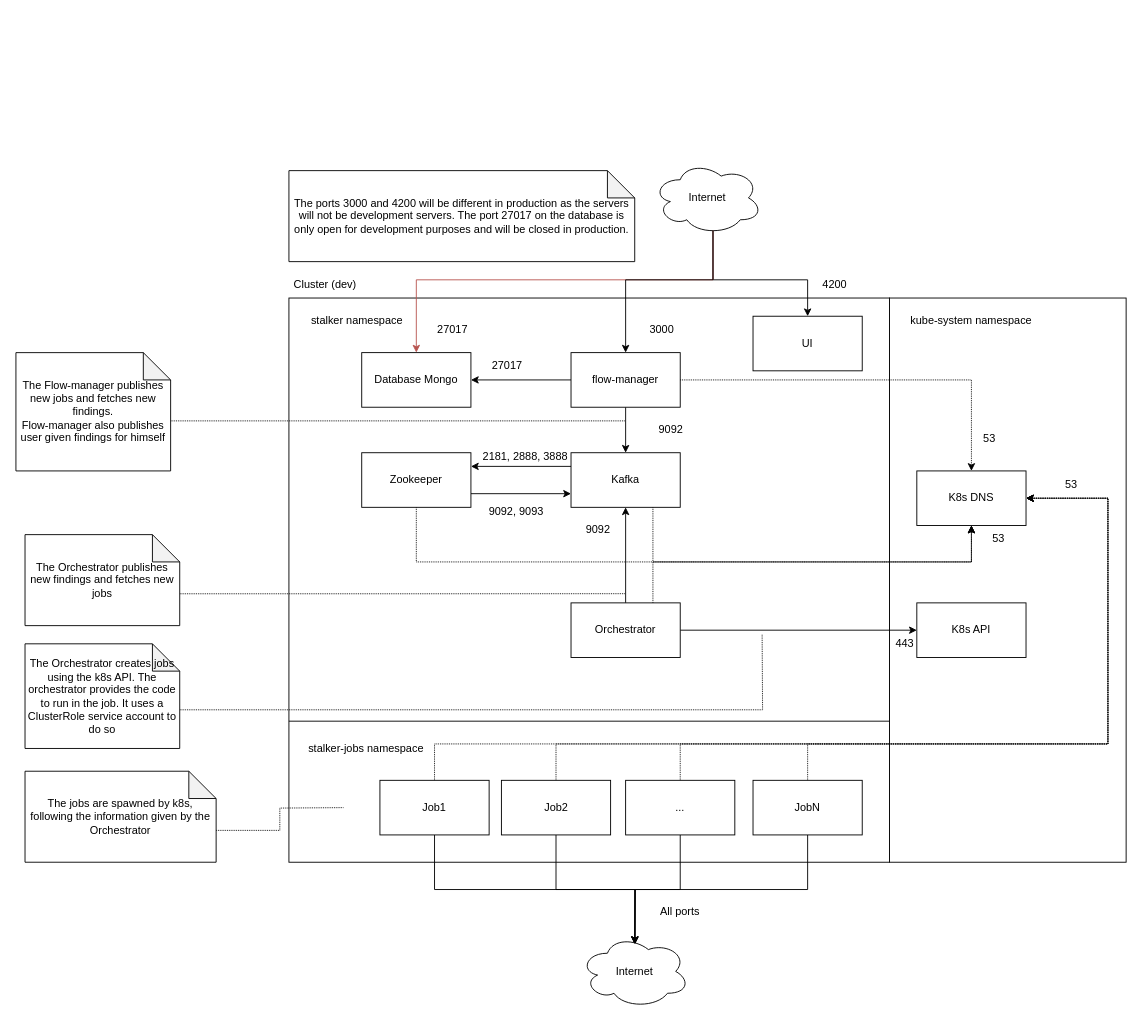
Earlier version of the draw.io diagram docs/dev_network_architecture.drawio.xml (red-kite-solutions/stalker). Source tidied: cells renumbered, new cells numbered last; positions are measured from the earlier drawing's top-left corner, leaving out a move shared by most shapes. Both pictures are drawn from the tidied source at 91%, with x=0, y=0 at pixel (15, 161).
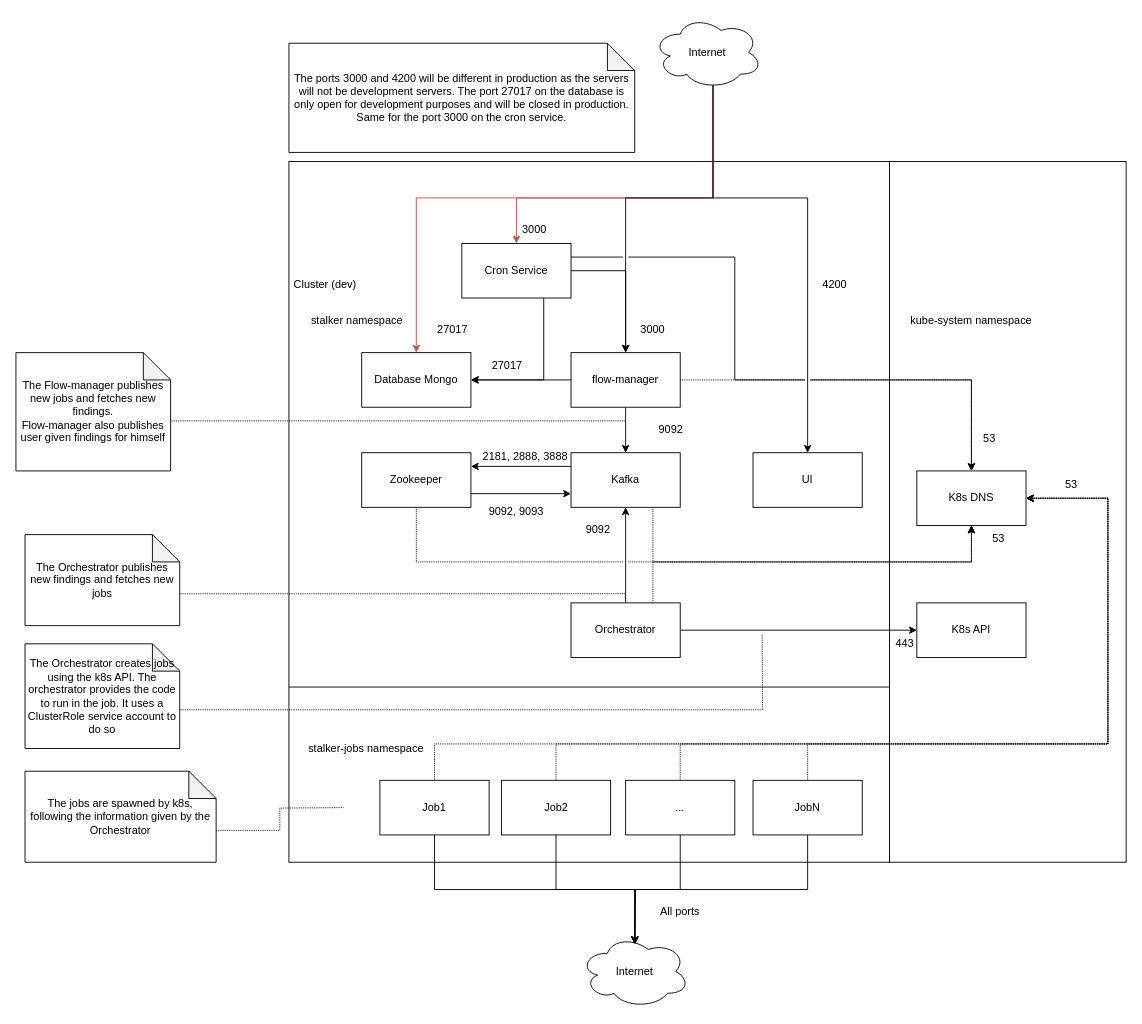
The same diagram, later.

Unchanged cells that the change refers to:
```xml
<mxCell id="9" value="flow-manager" style="rounded=0;whiteSpace=wrap;html=1;" parent="1" vertex="1">
  <mxGeometry x="610" y="210" width="120" height="60" as="geometry" />
</mxCell>
<mxCell id="20" value="K8s DNS" style="rounded=0;whiteSpace=wrap;html=1;" parent="1" vertex="1">
  <mxGeometry x="990" y="340" width="120" height="60" as="geometry" />
</mxCell>
<mxCell id="39" value="Database Mongo" style="rounded=0;whiteSpace=wrap;html=1;" parent="1" vertex="1">
  <mxGeometry x="380" y="210" width="120" height="60" as="geometry" />
</mxCell>
<mxCell id="42" value="Zookeeper" style="rounded=0;whiteSpace=wrap;html=1;" parent="1" vertex="1">
  <mxGeometry x="380" y="320" width="120" height="60" as="geometry" />
</mxCell>
```

What changed in the source:
```diff
@@
     <mxCell id="2" style="rounded=0;whiteSpace=wrap;html=1;" parent="1" vertex="1">
-      <mxGeometry x="960" y="150" width="260" height="620" as="geometry" />
+      <mxGeometry x="960" width="260" height="770" as="geometry" />
     </mxCell>
     <mxCell id="3" style="rounded=0;whiteSpace=wrap;html=1;" parent="1" vertex="1">
-      <mxGeometry x="300" y="150" width="660" height="620" as="geometry" />
+      <mxGeometry x="300" width="660" height="770" as="geometry" />
     </mxCell>
@@
     <mxCell id="6" value="UI" style="rounded=0;whiteSpace=wrap;html=1;" parent="1" vertex="1">
-      <mxGeometry x="810" y="170" width="120" height="60" as="geometry" />
+      <mxGeometry x="810" y="320" width="120" height="60" as="geometry" />
     </mxCell>
@@
     <mxCell id="15" style="edgeStyle=orthogonalEdgeStyle;rounded=0;jettySize=auto;html=1;exitX=0.55;exitY=0.95;exitDx=0;exitDy=0;exitPerimeter=0;entryX=0.5;entryY=0;entryDx=0;entryDy=0;startArrow=none;startFill=0;" parent="1" edge="1" source="16" target="6">
       <mxGeometry relative="1" as="geometry">
         <Array as="points">
-          <mxPoint x="766" y="130" />
-          <mxPoint x="870" y="130" />
+          <mxPoint x="766" y="40" />
+          <mxPoint x="870" y="40" />
         </Array>
       </mxGeometry>
     </mxCell>
+    <mxCell id="66" style="edgeStyle=orthogonalEdgeStyle;rounded=0;jettySize=auto;html=1;exitX=0.55;exitY=0.95;exitDx=0;exitDy=0;exitPerimeter=0;entryX=0.5;entryY=0;entryDx=0;entryDy=0;strokeColor=#b85450;" parent="1" edge="1" source="16" target="70">
+      <mxGeometry relative="1" as="geometry">
+        <Array as="points">
+          <mxPoint x="766" y="40" />
+          <mxPoint x="550" y="40" />
+        </Array>
+      </mxGeometry>
+    </mxCell>
     <mxCell id="16" value="Internet" style="ellipse;shape=cloud;whiteSpace=wrap;html=1;" parent="1" vertex="1">
-      <mxGeometry x="700" width="120" height="80" as="geometry" />
+      <mxGeometry x="700" y="-160" width="120" height="80" as="geometry" />
     </mxCell>
@@
-    <mxCell id="41" style="edgeStyle=orthogonalEdgeStyle;rounded=0;jettySize=auto;html=1;exitX=0.5;exitY=1;exitDx=0;exitDy=0;entryX=0.5;entryY=1;entryDx=0;entryDy=0;startArrow=none;startFill=0;dashed=1;dashPattern=1 1;" parent="1" edge="1" source="42" target="20">
+    <mxCell id="41" style="edgeStyle=orthogonalEdgeStyle;rounded=0;jettySize=auto;html=1;exitX=0.5;exitY=1;exitDx=0;exitDy=0;entryX=0.5;entryY=1;entryDx=0;entryDy=0;startArrow=none;startFill=0;dashed=1;dashPattern=1 1;jumpStyle=gap;" parent="1" edge="1" source="42" target="20">
       <mxGeometry relative="1" as="geometry">
         <Array as="points">
           <mxPoint x="440" y="440" />
           <mxPoint x="1050" y="440" />
         </Array>
       </mxGeometry>
     </mxCell>
@@
     <mxCell id="47" value="3000" style="text;html=1;strokeColor=none;fillColor=none;align=center;verticalAlign=middle;whiteSpace=wrap;rounded=0;" parent="1" vertex="1">
-      <mxGeometry x="680" y="170" width="60" height="30" as="geometry" />
+      <mxGeometry x="670" y="170" width="60" height="30" as="geometry" />
     </mxCell>
@@
-    <mxCell id="49" style="edgeStyle=orthogonalEdgeStyle;rounded=0;jettySize=auto;html=1;exitX=1;exitY=0.5;exitDx=0;exitDy=0;entryX=0.5;entryY=0;entryDx=0;entryDy=0;startArrow=none;startFill=0;dashed=1;dashPattern=1 1;" parent="1" edge="1" source="9" target="20">
+    <mxCell id="49" style="edgeStyle=orthogonalEdgeStyle;rounded=0;jettySize=auto;html=1;exitX=1;exitY=0.5;exitDx=0;exitDy=0;entryX=0.5;entryY=0;entryDx=0;entryDy=0;startArrow=none;startFill=0;dashed=1;dashPattern=1 1;jumpStyle=gap;" parent="1" edge="1" source="9" target="20">
       <mxGeometry relative="1" as="geometry" />
     </mxCell>
@@
     <mxCell id="53" style="edgeStyle=orthogonalEdgeStyle;rounded=0;jettySize=auto;html=1;exitX=0.55;exitY=0.95;exitDx=0;exitDy=0;exitPerimeter=0;entryX=0.5;entryY=0;entryDx=0;entryDy=0;startArrow=none;startFill=0;fillColor=#f8cecc;strokeColor=#b85450;" parent="1" edge="1" source="16" target="39">
       <mxGeometry relative="1" as="geometry">
         <Array as="points">
-          <mxPoint x="766" y="130" />
-          <mxPoint x="440" y="130" />
+          <mxPoint x="766" y="40" />
+          <mxPoint x="440" y="40" />
         </Array>
       </mxGeometry>
     </mxCell>
     <mxCell id="54" style="edgeStyle=orthogonalEdgeStyle;rounded=0;jettySize=auto;html=1;exitX=0.55;exitY=0.95;exitDx=0;exitDy=0;exitPerimeter=0;entryX=0.5;entryY=0;entryDx=0;entryDy=0;startArrow=none;startFill=0;" parent="1" edge="1" source="16" target="9">
       <mxGeometry relative="1" as="geometry">
         <Array as="points">
-          <mxPoint x="766" y="130" />
-          <mxPoint x="670" y="130" />
+          <mxPoint x="766" y="40" />
+          <mxPoint x="670" y="40" />
         </Array>
       </mxGeometry>
     </mxCell>
@@
-    <mxCell id="65" value="The ports 3000 and 4200 will be different in production as the servers will not be development servers. The port 27017 on the database is only open for development purposes and will be closed in production." style="shape=note;whiteSpace=wrap;html=1;backgroundOutline=1;darkOpacity=0.05;" parent="1" vertex="1">
-      <mxGeometry x="300" y="10" width="380" height="100" as="geometry" />
+    <mxCell id="65" value="The ports 3000 and 4200 will be different in production as the servers will not be development servers. The port 27017 on the database is only open for development purposes and will be closed in production. Same for the port 3000 on the cron service." style="shape=note;whiteSpace=wrap;html=1;backgroundOutline=1;darkOpacity=0.05;" parent="1" vertex="1">
+      <mxGeometry x="300" y="-130" width="380" height="120" as="geometry" />
     </mxCell>
+    <mxCell id="67" style="edgeStyle=orthogonalEdgeStyle;rounded=0;jettySize=auto;html=1;exitX=0.75;exitY=1;exitDx=0;exitDy=0;entryX=1;entryY=0.5;entryDx=0;entryDy=0;" parent="1" edge="1" source="70" target="39">
+      <mxGeometry relative="1" as="geometry">
+        <Array as="points">
+          <mxPoint x="580" y="240" />
+        </Array>
+      </mxGeometry>
+    </mxCell>
+    <mxCell id="68" style="edgeStyle=orthogonalEdgeStyle;rounded=0;jettySize=auto;html=1;exitX=1;exitY=0.5;exitDx=0;exitDy=0;entryX=0.5;entryY=0;entryDx=0;entryDy=0;" parent="1" edge="1" source="70" target="9">
+      <mxGeometry relative="1" as="geometry" />
+    </mxCell>
+    <mxCell id="69" style="edgeStyle=orthogonalEdgeStyle;rounded=0;jettySize=auto;html=1;exitX=1;exitY=0.25;exitDx=0;exitDy=0;entryX=0.5;entryY=0;entryDx=0;entryDy=0;jumpStyle=gap;" parent="1" edge="1" source="70" target="20">
+      <mxGeometry relative="1" as="geometry">
+        <Array as="points">
+          <mxPoint x="790" y="105" />
+          <mxPoint x="790" y="240" />
+          <mxPoint x="1050" y="240" />
+        </Array>
+      </mxGeometry>
+    </mxCell>
+    <mxCell id="70" value="Cron Service" style="rounded=0;whiteSpace=wrap;html=1;" parent="1" vertex="1">
+      <mxGeometry x="490" y="90" width="120" height="60" as="geometry" />
+    </mxCell>
+    <mxCell id="71" value="3000" style="text;html=1;strokeColor=none;fillColor=none;align=center;verticalAlign=middle;whiteSpace=wrap;rounded=0;" parent="1" vertex="1">
+      <mxGeometry x="540" y="60" width="60" height="30" as="geometry" />
+    </mxCell>
```
